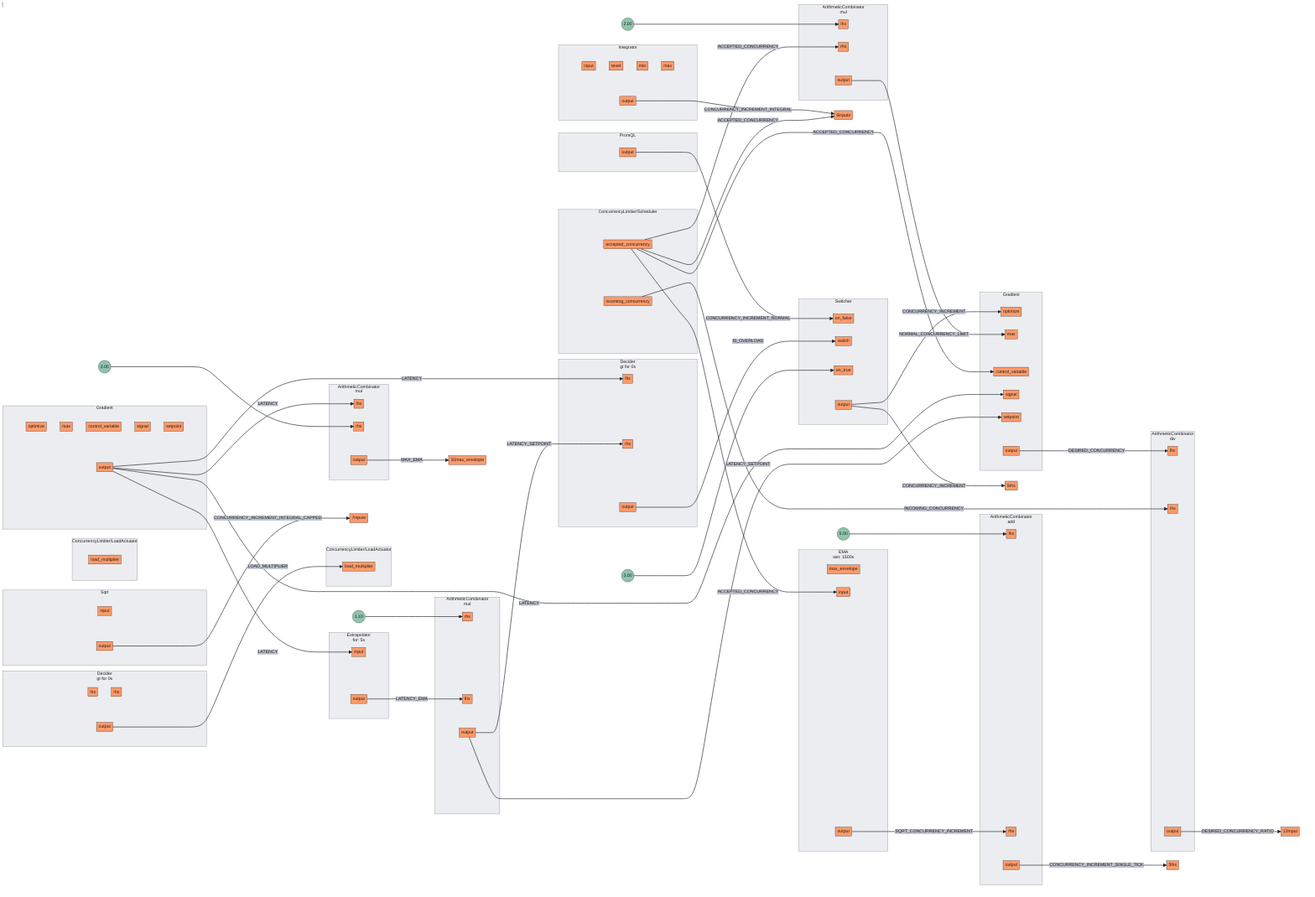
Before: docs/content/tutorials/flow-control/concurrency-limiting/assets/workload-prioritization/workload-prioritization.mmd.png, a diagram exported from Mermaid (dataongunlaws/aperture). Its source is kept beside it as docs/content/tutorials/flow-control/concurrency-limiting/assets/workload-prioritization/workload-prioritization.mmd. The source it was exported from:
```mermaid
flowchart LR
subgraph 0[<center>ArithmeticCombinator<br/>mul</center>]
subgraph 0_inports[ ]
style 0_inports fill:none,stroke:none
0lhs[lhs]
0rhs[rhs]
end
subgraph 0_outports[ ]
style 0_outports fill:none,stroke:none
0output[output]
end
end
FakeConstant0((2.00))
FakeConstant0 --> 0rhs
subgraph 1[<center>ArithmeticCombinator<br/>mul</center>]
subgraph 1_inports[ ]
style 1_inports fill:none,stroke:none
1rhs[rhs]
1lhs[lhs]
end
subgraph 1_outports[ ]
style 1_outports fill:none,stroke:none
1output[output]
end
end
FakeConstant1((1.10))
FakeConstant1 --> 1rhs
subgraph 2[<center>ArithmeticCombinator<br/>div</center>]
subgraph 2_inports[ ]
style 2_inports fill:none,stroke:none
2lhs[lhs]
2rhs[rhs]
end
subgraph 2_outports[ ]
style 2_outports fill:none,stroke:none
2output[output]
end
end
subgraph 3[<center>ArithmeticCombinator<br/>mul</center>]
subgraph 3_inports[ ]
style 3_inports fill:none,stroke:none
3lhs[lhs]
3rhs[rhs]
end
subgraph 3_outports[ ]
style 3_outports fill:none,stroke:none
3output[output]
end
end
FakeConstant2((2.00))
FakeConstant2 --> 3lhs
subgraph 4[<center>ArithmeticCombinator<br/>add</center>]
subgraph 4_inports[ ]
style 4_inports fill:none,stroke:none
4lhs[lhs]
4rhs[rhs]
end
subgraph 4_outports[ ]
style 4_outports fill:none,stroke:none
4output[output]
end
end
FakeConstant3((5.00))
FakeConstant3 --> 4lhs
subgraph 5[Integrator]
subgraph 5_inports[ ]
style 5_inports fill:none,stroke:none
5input[input]
5reset[reset]
5min[min]
5max[max]
end
subgraph 5_outports[ ]
style 5_outports fill:none,stroke:none
5output[output]
end
end
subgraph 6[Sqrt]
subgraph 6_inports[ ]
style 6_inports fill:none,stroke:none
6input[input]
end
subgraph 6_outports[ ]
style 6_outports fill:none,stroke:none
6output[output]
end
end
subgraph 7[PromQL]
subgraph 7_outports[ ]
style 7_outports fill:none,stroke:none
7output[output]
end
end
subgraph 8[<center>EMA<br/>win: 1500s</center>]
subgraph 8_inports[ ]
style 8_inports fill:none,stroke:none
8max_envelope[max_envelope]
8input[input]
end
subgraph 8_outports[ ]
style 8_outports fill:none,stroke:none
8output[output]
end
end
subgraph 9[Gradient]
subgraph 9_inports[ ]
style 9_inports fill:none,stroke:none
9optimize[optimize]
9max[max]
9control_variable[control_variable]
9signal[signal]
9setpoint[setpoint]
end
subgraph 9_outports[ ]
style 9_outports fill:none,stroke:none
9output[output]
end
end
subgraph 10[<center>Extrapolator<br/>for: 5s</center>]
subgraph 10_inports[ ]
style 10_inports fill:none,stroke:none
10input[input]
end
subgraph 10_outports[ ]
style 10_outports fill:none,stroke:none
10output[output]
end
end
subgraph 11[Gradient]
subgraph 11_inports[ ]
style 11_inports fill:none,stroke:none
11optimize[optimize]
11max[max]
11control_variable[control_variable]
11signal[signal]
11setpoint[setpoint]
end
subgraph 11_outports[ ]
style 11_outports fill:none,stroke:none
11output[output]
end
end
subgraph 11.LoadActuator[ConcurrencyLimiter/LoadActuator]
subgraph 11.LoadActuator_inports[ ]
style 11.LoadActuator_inports fill:none,stroke:none
11.LoadActuatorload_multiplier[load_multiplier]
end
end
subgraph 12[<center>Decider<br/>gt for 0s</center>]
subgraph 12_inports[ ]
style 12_inports fill:none,stroke:none
12lhs[lhs]
12rhs[rhs]
end
subgraph 12_outports[ ]
style 12_outports fill:none,stroke:none
12output[output]
end
end
subgraph 13.Scheduler[ConcurrencyLimiter/Scheduler]
subgraph 13.Scheduler_outports[ ]
style 13.Scheduler_outports fill:none,stroke:none
13.Scheduleraccepted_concurrency[accepted_concurrency]
13.Schedulerincoming_concurrency[incoming_concurrency]
end
end
subgraph 13.LoadActuator[ConcurrencyLimiter/LoadActuator]
subgraph 13.LoadActuator_inports[ ]
style 13.LoadActuator_inports fill:none,stroke:none
13.LoadActuatorload_multiplier[load_multiplier]
end
end
subgraph 15[Switcher]
subgraph 15_inports[ ]
style 15_inports fill:none,stroke:none
15on_false[on_false]
15switch[switch]
15on_true[on_true]
end
subgraph 15_outports[ ]
style 15_outports fill:none,stroke:none
15output[output]
end
end
FakeConstant5((0.00))
FakeConstant5 --> 15on_true
subgraph 14[<center>Decider<br/>gt for 0s</center>]
subgraph 14_inports[ ]
style 14_inports fill:none,stroke:none
14lhs[lhs]
14rhs[rhs]
end
subgraph 14_outports[ ]
style 14_outports fill:none,stroke:none
14output[output]
end
end
7output --> |CONCURRENCY_INCREMENT_NORMAL| 15on_false
1output --> |LATENCY_SETPOINT| 11setpoint
1output --> |LATENCY_SETPOINT| 14rhs
4output --> |CONCURRENCY_INCREMENT_SINGLE_TICK| 5lhs
10output --> |LATENCY_EMA| 1lhs
13.Scheduleraccepted_concurrency --> |ACCEPTED_CONCURRENCY| 3rhs
13.Scheduleraccepted_concurrency --> |ACCEPTED_CONCURRENCY| 6inputs
13.Scheduleraccepted_concurrency --> |ACCEPTED_CONCURRENCY| 8input
13.Scheduleraccepted_concurrency --> |ACCEPTED_CONCURRENCY| 11control_variable
2output --> |DESIRED_CONCURRENCY_RATIO| 12input
6output --> |CONCURRENCY_INCREMENT_INTEGRAL_CAPPED| 7inputs
5output --> |CONCURRENCY_INCREMENT_INTEGRAL| 6inputs
8output --> |SQRT_CONCURRENCY_INCREMENT| 4rhs
11output --> |DESIRED_CONCURRENCY| 2lhs
15output --> |CONCURRENCY_INCREMENT| 5rhs
15output --> |CONCURRENCY_INCREMENT| 11optimize
0output --> |MAX_EMA| 10max_envelope
3output --> |NORMAL_CONCURRENCY_LIMIT| 11max
13.Schedulerincoming_concurrency --> |INCOMING_CONCURRENCY| 2rhs
14output --> |IS_OVERLOAD| 15switch
9output --> |LATENCY| 0lhs
9output --> |LATENCY| 10input
9output --> |LATENCY| 11signal
9output --> |LATENCY| 14lhs
12output --> |LOAD_MULTIPLIER| 13.LoadActuatorload_multiplier
```
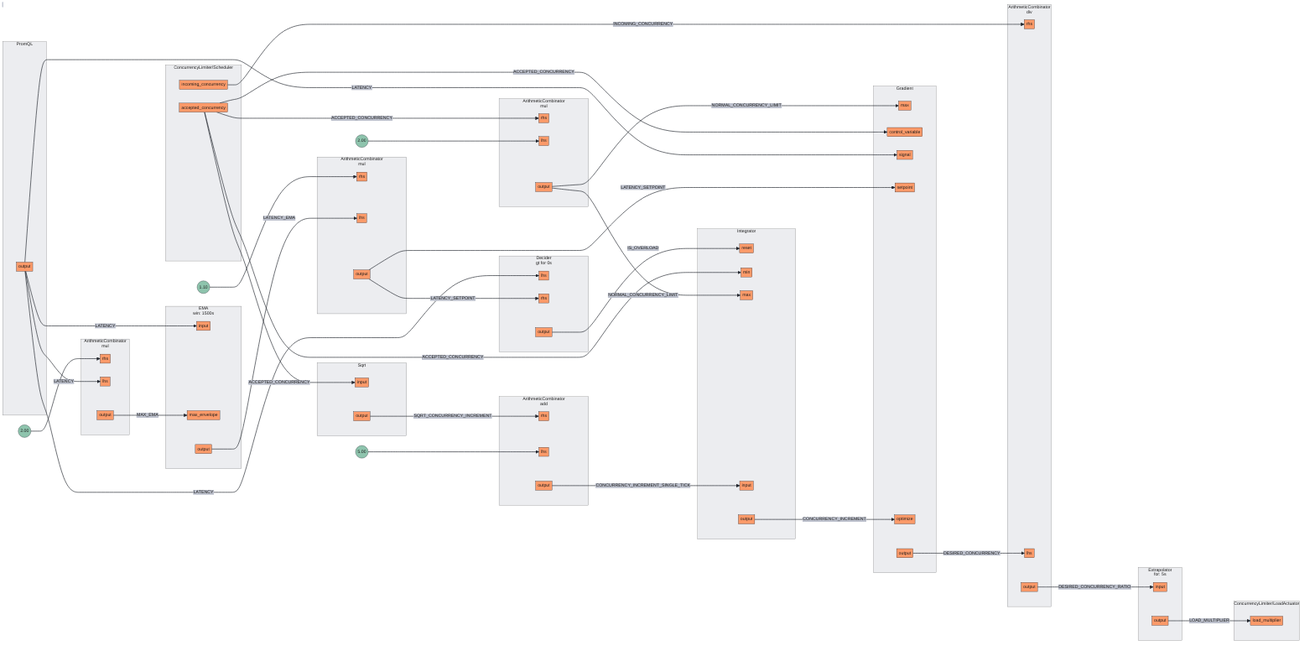
After the commit.

Diff of the diagram source:
```diff
@@ -2,8 +2,8 @@
 subgraph 0[<center>ArithmeticCombinator<br/>mul</center>]
 subgraph 0_inports[ ]
 style 0_inports fill:none,stroke:none
+0rhs[rhs]
 0lhs[lhs]
-0rhs[rhs]
 end
 subgraph 0_outports[ ]
 style 0_outports fill:none,stroke:none
@@ -28,8 +28,8 @@
 subgraph 2[<center>ArithmeticCombinator<br/>div</center>]
 subgraph 2_inports[ ]
 style 2_inports fill:none,stroke:none
+2rhs[rhs]
 2lhs[lhs]
-2rhs[rhs]
 end
 subgraph 2_outports[ ]
 style 2_outports fill:none,stroke:none
@@ -39,8 +39,8 @@
 subgraph 3[<center>ArithmeticCombinator<br/>mul</center>]
 subgraph 3_inports[ ]
 style 3_inports fill:none,stroke:none
+3rhs[rhs]
 3lhs[lhs]
-3rhs[rhs]
 end
 subgraph 3_outports[ ]
 style 3_outports fill:none,stroke:none
@@ -52,8 +52,8 @@
 subgraph 4[<center>ArithmeticCombinator<br/>add</center>]
 subgraph 4_inports[ ]
 style 4_inports fill:none,stroke:none
+4rhs[rhs]
 4lhs[lhs]
-4rhs[rhs]
 end
 subgraph 4_outports[ ]
 style 4_outports fill:none,stroke:none
@@ -65,10 +65,10 @@
 subgraph 5[Integrator]
 subgraph 5_inports[ ]
 style 5_inports fill:none,stroke:none
-5input[input]
 5reset[reset]
 5min[min]
 5max[max]
+5input[input]
 end
 subgraph 5_outports[ ]
 style 5_outports fill:none,stroke:none
@@ -94,8 +94,8 @@
 subgraph 8[<center>EMA<br/>win: 1500s</center>]
 subgraph 8_inports[ ]
 style 8_inports fill:none,stroke:none
+8input[input]
 8max_envelope[max_envelope]
-8input[input]
 end
 subgraph 8_outports[ ]
 style 8_outports fill:none,stroke:none
@@ -105,11 +105,11 @@
 subgraph 9[Gradient]
 subgraph 9_inports[ ]
 style 9_inports fill:none,stroke:none
-9optimize[optimize]
 9max[max]
 9control_variable[control_variable]
 9signal[signal]
 9setpoint[setpoint]
+9optimize[optimize]
 end
 subgraph 9_outports[ ]
 style 9_outports fill:none,stroke:none
@@ -126,18 +126,11 @@
 10output[output]
 end
 end
-subgraph 11[Gradient]
-subgraph 11_inports[ ]
-style 11_inports fill:none,stroke:none
-11optimize[optimize]
-11max[max]
-11control_variable[control_variable]
-11signal[signal]
-11setpoint[setpoint]
-end
-subgraph 11_outports[ ]
-style 11_outports fill:none,stroke:none
-11output[output]
+subgraph 11.Scheduler[ConcurrencyLimiter/Scheduler]
+subgraph 11.Scheduler_outports[ ]
+style 11.Scheduler_outports fill:none,stroke:none
+11.Schedulerincoming_concurrency[incoming_concurrency]
+11.Scheduleraccepted_concurrency[accepted_concurrency]
 end
 end
 subgraph 11.LoadActuator[ConcurrencyLimiter/LoadActuator]
@@ -157,66 +150,25 @@
 12output[output]
 end
 end
-subgraph 13.Scheduler[ConcurrencyLimiter/Scheduler]
-subgraph 13.Scheduler_outports[ ]
-style 13.Scheduler_outports fill:none,stroke:none
-13.Scheduleraccepted_concurrency[accepted_concurrency]
-13.Schedulerincoming_concurrency[incoming_concurrency]
-end
-end
-subgraph 13.LoadActuator[ConcurrencyLimiter/LoadActuator]
-subgraph 13.LoadActuator_inports[ ]
-style 13.LoadActuator_inports fill:none,stroke:none
-13.LoadActuatorload_multiplier[load_multiplier]
-end
-end
-subgraph 15[Switcher]
-subgraph 15_inports[ ]
-style 15_inports fill:none,stroke:none
-15on_false[on_false]
-15switch[switch]
-15on_true[on_true]
-end
-subgraph 15_outports[ ]
-style 15_outports fill:none,stroke:none
-15output[output]
-end
-end
-FakeConstant5((0.00))
-FakeConstant5 --> 15on_true
-subgraph 14[<center>Decider<br/>gt for 0s</center>]
-subgraph 14_inports[ ]
-style 14_inports fill:none,stroke:none
-14lhs[lhs]
-14rhs[rhs]
-end
-subgraph 14_outports[ ]
-style 14_outports fill:none,stroke:none
-14output[output]
-end
-end
-7output --> |CONCURRENCY_INCREMENT_NORMAL| 15on_false
-1output --> |LATENCY_SETPOINT| 11setpoint
-1output --> |LATENCY_SETPOINT| 14rhs
-4output --> |CONCURRENCY_INCREMENT_SINGLE_TICK| 5lhs
-10output --> |LATENCY_EMA| 1lhs
-13.Scheduleraccepted_concurrency --> |ACCEPTED_CONCURRENCY| 3rhs
-13.Scheduleraccepted_concurrency --> |ACCEPTED_CONCURRENCY| 6inputs
-13.Scheduleraccepted_concurrency --> |ACCEPTED_CONCURRENCY| 8input
-13.Scheduleraccepted_concurrency --> |ACCEPTED_CONCURRENCY| 11control_variable
-2output --> |DESIRED_CONCURRENCY_RATIO| 12input
-6output --> |CONCURRENCY_INCREMENT_INTEGRAL_CAPPED| 7inputs
-5output --> |CONCURRENCY_INCREMENT_INTEGRAL| 6inputs
-8output --> |SQRT_CONCURRENCY_INCREMENT| 4rhs
-11output --> |DESIRED_CONCURRENCY| 2lhs
-15output --> |CONCURRENCY_INCREMENT| 5rhs
-15output --> |CONCURRENCY_INCREMENT| 11optimize
-0output --> |MAX_EMA| 10max_envelope
-3output --> |NORMAL_CONCURRENCY_LIMIT| 11max
-13.Schedulerincoming_concurrency --> |INCOMING_CONCURRENCY| 2rhs
-14output --> |IS_OVERLOAD| 15switch
-9output --> |LATENCY| 0lhs
-9output --> |LATENCY| 10input
-9output --> |LATENCY| 11signal
-9output --> |LATENCY| 14lhs
-12output --> |LOAD_MULTIPLIER| 13.LoadActuatorload_multiplier
+9output --> |DESIRED_CONCURRENCY| 2lhs
+12output --> |IS_OVERLOAD| 5reset
+0output --> |MAX_EMA| 8max_envelope
+4output --> |CONCURRENCY_INCREMENT_SINGLE_TICK| 5input
+7output --> |LATENCY| 0lhs
+7output --> |LATENCY| 8input
+7output --> |LATENCY| 9signal
+7output --> |LATENCY| 12lhs
+8output --> |LATENCY_EMA| 1lhs
+2output --> |DESIRED_CONCURRENCY_RATIO| 10input
+5output --> |CONCURRENCY_INCREMENT| 9optimize
+10output --> |LOAD_MULTIPLIER| 11.LoadActuatorload_multiplier
+11.Schedulerincoming_concurrency --> |INCOMING_CONCURRENCY| 2rhs
+3output --> |NORMAL_CONCURRENCY_LIMIT| 5max
+3output --> |NORMAL_CONCURRENCY_LIMIT| 9max
+11.Scheduleraccepted_concurrency --> |ACCEPTED_CONCURRENCY| 3rhs
+11.Scheduleraccepted_concurrency --> |ACCEPTED_CONCURRENCY| 5min
+11.Scheduleraccepted_concurrency --> |ACCEPTED_CONCURRENCY| 6input
+11.Scheduleraccepted_concurrency --> |ACCEPTED_CONCURRENCY| 9control_variable
+1output --> |LATENCY_SETPOINT| 9setpoint
+1output --> |LATENCY_SETPOINT| 12rhs
+6output --> |SQRT_CONCURRENCY_INCREMENT| 4rhs
```
